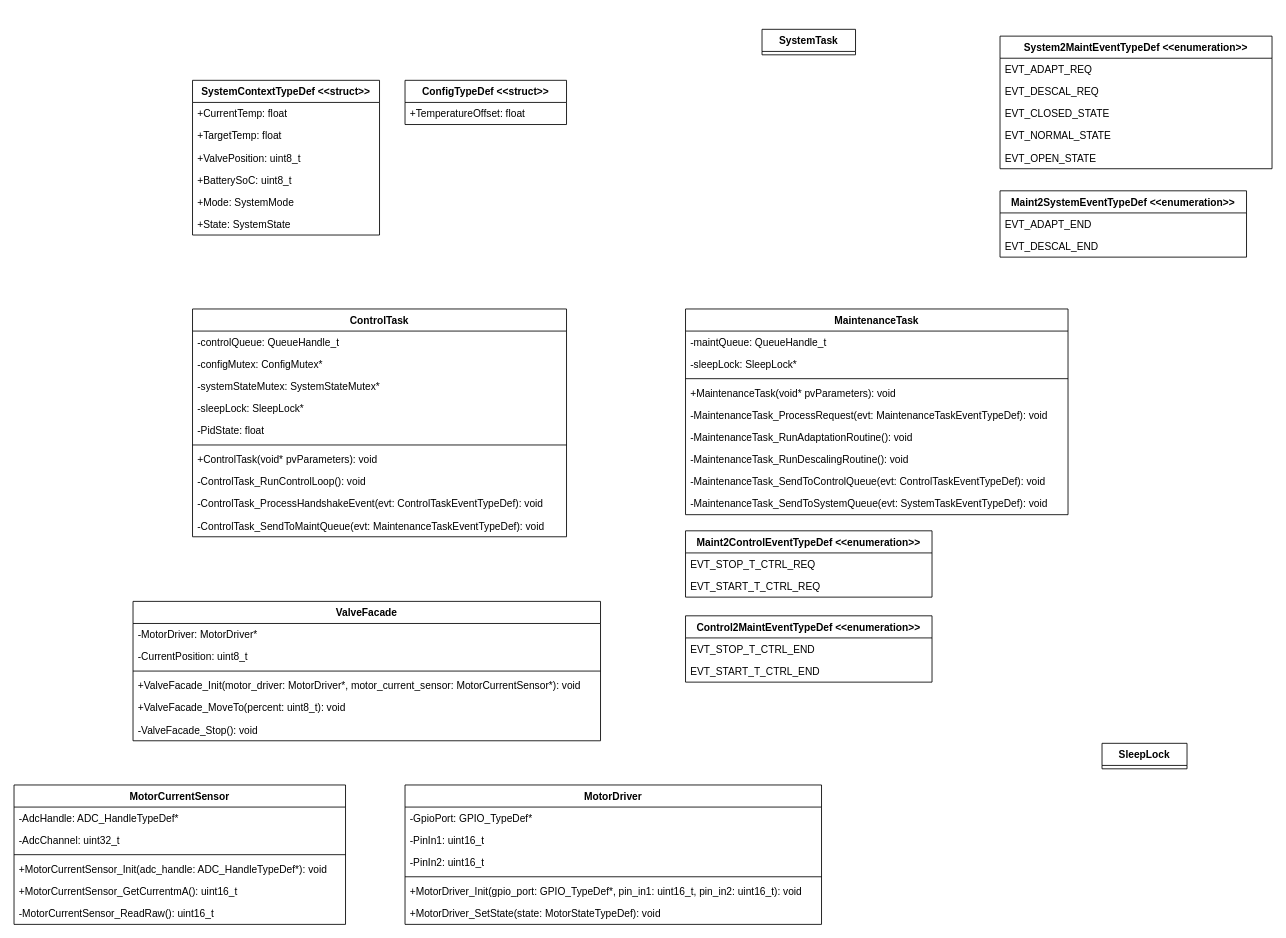
Earlier version of the draw.io diagram page "actuation" (4 of 6) of software/diagrams/mt-rt-sw-design.drawio (MiraTherm/miratherm-radiator-thermostat-documentation). Source tidied: cells renumbered, new cells numbered last; positions are measured from the earlier drawing's top-left corner, leaving out a move shared by most shapes. Both pictures are drawn from the tidied source at 85%, with x=0, y=0 at pixel (14, 29).
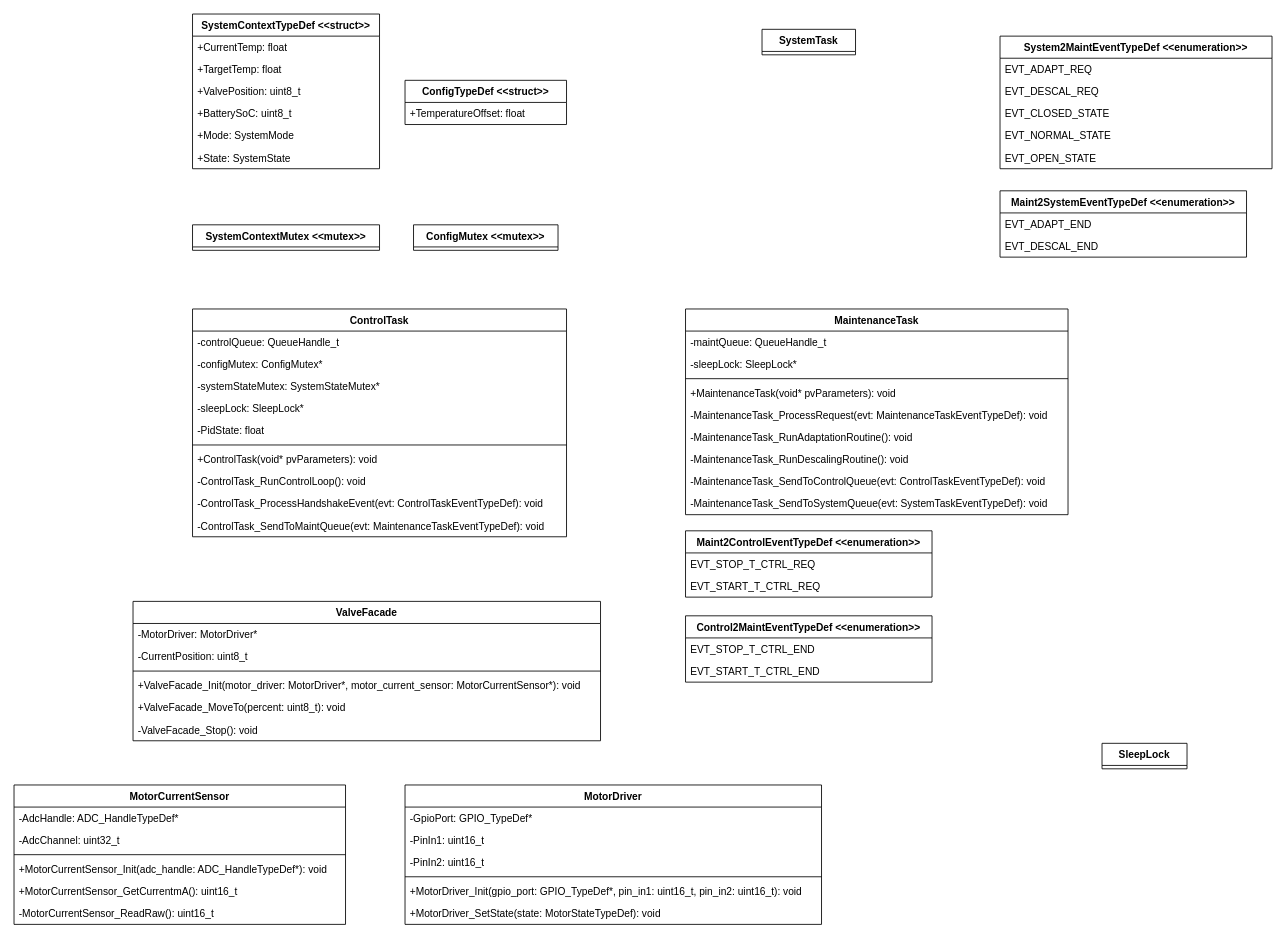
After the change.

What changed in the source:
```diff
@@
     <mxCell id="2" value="SystemContextTypeDef &lt;&lt;struct&gt;&gt;" style="swimlane;fontStyle=1;horizontal=1;startSize=26;" parent="1" vertex="1">
-      <mxGeometry x="210" y="60" width="220" height="182" as="geometry" />
+      <mxGeometry x="210" y="-18" width="220" height="182" as="geometry" />
     </mxCell>
@@
+    <mxCell id="70" value="SystemContextMutex &lt;&lt;mutex&gt;&gt;" style="swimlane;fontStyle=1;horizontal=1;startSize=26;" parent="1" vertex="1" collapsed="1">
+      <mxGeometry x="210" y="230" width="220" height="30" as="geometry" />
+    </mxCell>
+    <mxCell id="71" value="ConfigMutex &lt;&lt;mutex&gt;&gt;" style="swimlane;fontStyle=1;horizontal=1;startSize=26;" parent="1" vertex="1" collapsed="1">
+      <mxGeometry x="470" y="230" width="170" height="30" as="geometry" />
+    </mxCell>
```
